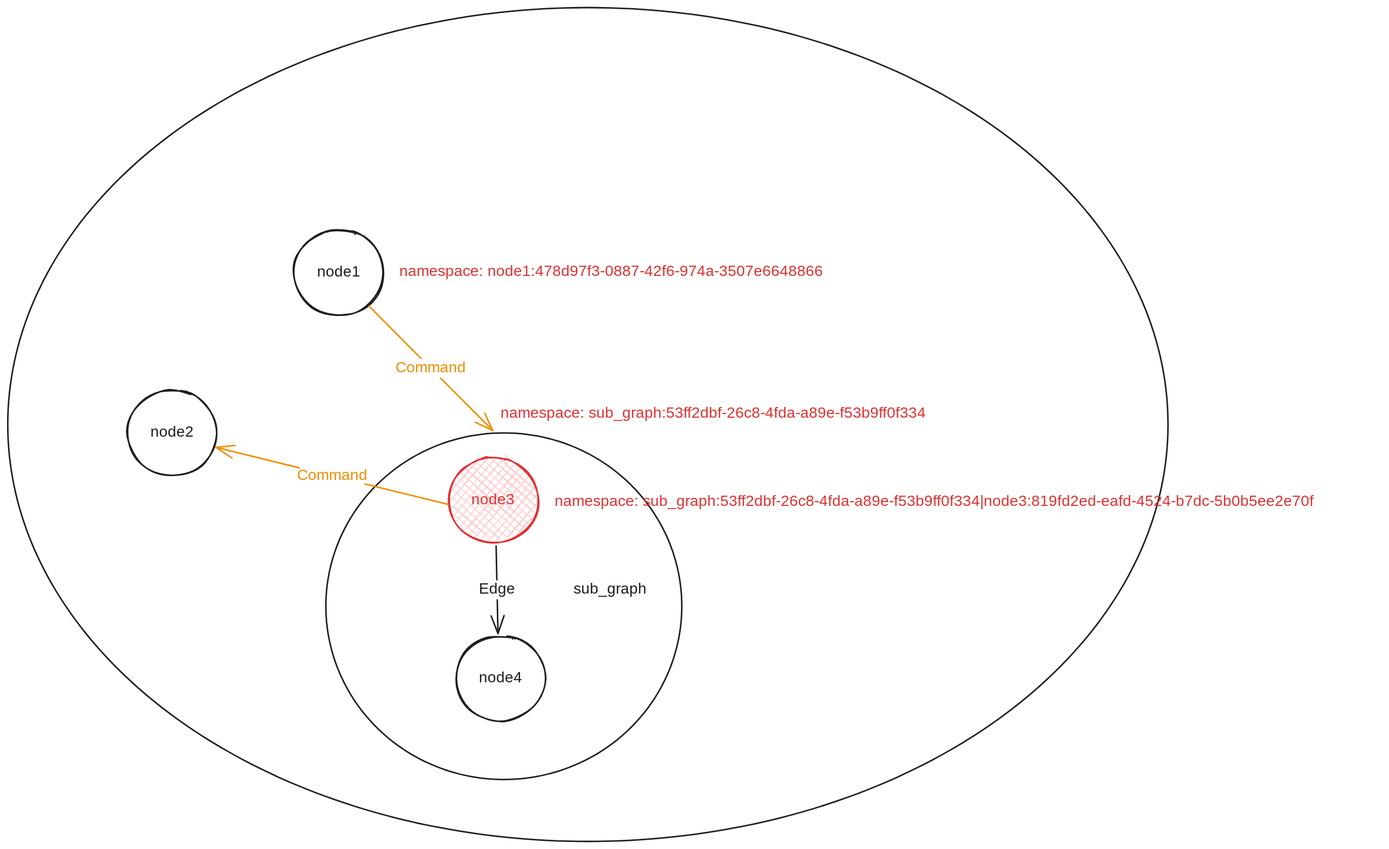
Before: source/_posts/LangGraphDynamicRoute2/sub_graph_loop_1.svg, a diagram exported from Excalidraw (theo1893/theo1893.github.io). Source tidied: one line per element, renumbered; positions are measured from the earlier drawing's top-left corner, leaving out a move shared by most shapes. Source of this version:
```json
{"id": 0, "type": "ellipse", "strokeColor": "#1e1e1e", "strokeWidth": 2, "roughness": 1, "round": true, "x": 378, "y": 293, "width": 118, "height": 113}
{"id": 1, "type": "text", "text": "node1", "strokeColor": "#1e1e1e", "backgroundColor": "#d0bfff", "fillStyle": "solid", "strokeWidth": 2, "roughness": 1, "fontSize": 20, "fontFamily": 5, "textAlign": "center", "verticalAlign": "middle", "inside": 0, "x": 410, "y": 337, "width": 54, "height": 25}
{"id": 2, "type": "ellipse", "strokeColor": "#1e1e1e", "strokeWidth": 2, "roughness": 1, "round": true, "x": 158, "y": 505, "width": 118, "height": 113}
{"id": 3, "type": "text", "text": "node2", "strokeColor": "#1e1e1e", "backgroundColor": "#d0bfff", "fillStyle": "solid", "strokeWidth": 2, "roughness": 1, "fontSize": 20, "fontFamily": 5, "textAlign": "center", "verticalAlign": "middle", "inside": 2, "x": 187, "y": 549, "width": 59, "height": 25}
{"id": 4, "type": "ellipse", "strokeColor": "#e03131", "backgroundColor": "#ffc9c9", "fillStyle": "cross-hatch", "strokeWidth": 2, "roughness": 1, "round": true, "x": 582, "y": 594, "width": 118, "height": 113}
{"id": 5, "type": "text", "text": "node3", "strokeColor": "#e03131", "backgroundColor": "#d0bfff", "fillStyle": "solid", "strokeWidth": 2, "roughness": 1, "fontSize": 20, "fontFamily": 5, "textAlign": "center", "verticalAlign": "middle", "inside": 4, "x": 612, "y": 638, "width": 58, "height": 25}
{"id": 6, "type": "ellipse", "strokeColor": "#1e1e1e", "strokeWidth": 2, "roughness": 1, "round": true, "x": 591, "y": 829, "width": 118, "height": 113}
{"id": 7, "type": "text", "text": "node4", "strokeColor": "#1e1e1e", "backgroundColor": "#d0bfff", "fillStyle": "solid", "strokeWidth": 2, "roughness": 1, "fontSize": 20, "fontFamily": 5, "textAlign": "center", "verticalAlign": "middle", "inside": 6, "x": 622, "y": 874, "width": 57, "height": 25}
{"id": 8, "type": "ellipse", "strokeColor": "#1e1e1e", "strokeWidth": 2, "roughness": 0, "round": true, "x": 420, "y": 562, "width": 470, "height": 458}
{"id": 9, "type": "arrow", "strokeColor": "#1e1e1e", "strokeWidth": 2, "roughness": 0, "endArrowhead": "arrow", "round": true, "from": 4, "to": 6, "x": 645, "y": 711, "width": 2, "height": 115, "points": [[0, 0], [2, 115]]}
{"id": 10, "type": "text", "text": "Edge", "strokeColor": "#1e1e1e", "strokeWidth": 2, "roughness": 0, "fontSize": 20, "fontFamily": 5, "textAlign": "center", "verticalAlign": "middle", "inside": 9, "x": 600, "y": 707, "width": 48, "height": 25}
{"id": 11, "type": "arrow", "strokeColor": "#f08c00", "strokeWidth": 2, "roughness": 0, "endArrowhead": "arrow", "round": true, "from": 0, "to": 8, "x": 477, "y": 394, "width": 163, "height": 164, "points": [[0, 0], [163, 164]]}
{"id": 12, "type": "text", "text": "Command", "strokeColor": "#f08c00", "strokeWidth": 2, "roughness": 0, "fontSize": 20, "fontFamily": 5, "textAlign": "center", "verticalAlign": "middle", "inside": 11, "x": 517, "y": 488, "width": 85, "height": 25}
{"id": 13, "type": "text", "text": "sub_graph", "strokeColor": "#1e1e1e", "strokeWidth": 2, "roughness": 0, "fontSize": 20, "fontFamily": 5, "x": 747, "y": 756, "width": 98, "height": 25}
{"id": 14, "type": "arrow", "strokeColor": "#f08c00", "strokeWidth": 2, "roughness": 0, "endArrowhead": "arrow", "round": true, "from": 4, "to": 2, "x": 581, "y": 656, "width": 306, "height": 75, "points": [[0, 0], [-306, -75]]}
{"id": 15, "type": "text", "text": "Command", "strokeColor": "#f08c00", "strokeWidth": 2, "roughness": 0, "fontSize": 20, "fontFamily": 5, "textAlign": "center", "verticalAlign": "middle", "inside": 14, "x": 326, "y": 642, "width": 85, "height": 25}
{"id": 16, "type": "ellipse", "strokeColor": "#1e1e1e", "strokeWidth": 2, "roughness": 0, "round": true, "x": 0, "y": 0, "width": 1532, "height": 1101}
{"id": 17, "type": "text", "text": "namespace: node1:478d97f3-0887-42f6-974a-3507e6648866", "strokeColor": "#e03131", "backgroundColor": "#ffc9c9", "fillStyle": "cross-hatch", "strokeWidth": 2, "roughness": 0, "fontSize": 20, "fontFamily": 5, "x": 517, "y": 337, "width": 592, "height": 25}
{"id": 18, "type": "text", "text": "namespace: sub_graph:53ff2dbf-26c8-4fda-a89e-f53b9ff0f334", "strokeColor": "#e03131", "strokeWidth": 2, "roughness": 0, "fontSize": 20, "fontFamily": 5, "x": 650, "y": 524, "width": 617, "height": 25}
{"id": 19, "type": "text", "text": "namespace: sub_graph:53ff2dbf-26c8-4fda-a89e-f53b9ff0f334|node3:819fd2ed-eafd-4524-b7dc-5b0b5ee2e70f", "strokeColor": "#e03131", "backgroundColor": "#ffc9c9", "fillStyle": "cross-hatch", "strokeWidth": 2, "roughness": 0, "fontSize": 20, "fontFamily": 5, "x": 722, "y": 640, "width": 1091, "height": 25}
```
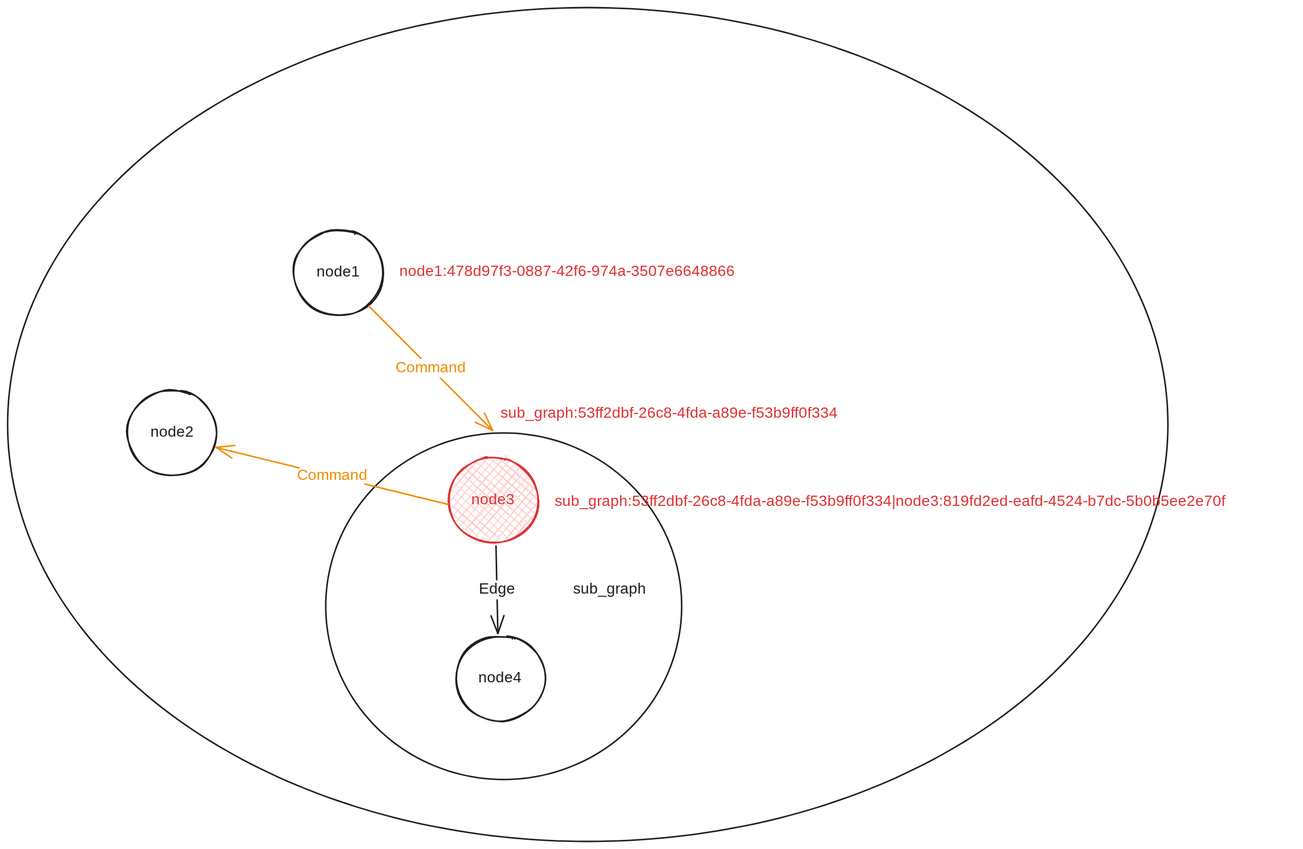
Later version of the same file.

What changed in the source:
```diff
@@ -15,6 +15,6 @@
 {"id": 14, "type": "arrow", "strokeColor": "#f08c00", "strokeWidth": 2, "roughness": 0, "endArrowhead": "arrow", "round": true, "from": 4, "to": 2, "x": 581, "y": 656, "width": 306, "height": 75, "points": [[0, 0], [-306, -75]]}
 {"id": 15, "type": "text", "text": "Command", "strokeColor": "#f08c00", "strokeWidth": 2, "roughness": 0, "fontSize": 20, "fontFamily": 5, "textAlign": "center", "verticalAlign": "middle", "inside": 14, "x": 326, "y": 642, "width": 85, "height": 25}
 {"id": 16, "type": "ellipse", "strokeColor": "#1e1e1e", "strokeWidth": 2, "roughness": 0, "round": true, "x": 0, "y": 0, "width": 1532, "height": 1101}
-{"id": 17, "type": "text", "text": "namespace: node1:478d97f3-0887-42f6-974a-3507e6648866", "strokeColor": "#e03131", "backgroundColor": "#ffc9c9", "fillStyle": "cross-hatch", "strokeWidth": 2, "roughness": 0, "fontSize": 20, "fontFamily": 5, "x": 517, "y": 337, "width": 592, "height": 25}
+{"id": 17, "type": "text", "text": "node1:478d97f3-0887-42f6-974a-3507e6648866", "strokeColor": "#e03131", "backgroundColor": "#ffc9c9", "fillStyle": "cross-hatch", "strokeWidth": 2, "roughness": 0, "fontSize": 20, "fontFamily": 5, "x": 517, "y": 337, "width": 479, "height": 25}
-{"id": 18, "type": "text", "text": "namespace: sub_graph:53ff2dbf-26c8-4fda-a89e-f53b9ff0f334", "strokeColor": "#e03131", "strokeWidth": 2, "roughness": 0, "fontSize": 20, "fontFamily": 5, "x": 650, "y": 524, "width": 617, "height": 25}
+{"id": 18, "type": "text", "text": "sub_graph:53ff2dbf-26c8-4fda-a89e-f53b9ff0f334", "strokeColor": "#e03131", "strokeWidth": 2, "roughness": 0, "fontSize": 20, "fontFamily": 5, "x": 650, "y": 524, "width": 504, "height": 25}
-{"id": 19, "type": "text", "text": "namespace: sub_graph:53ff2dbf-26c8-4fda-a89e-f53b9ff0f334|node3:819fd2ed-eafd-4524-b7dc-5b0b5ee2e70f", "strokeColor": "#e03131", "backgroundColor": "#ffc9c9", "fillStyle": "cross-hatch", "strokeWidth": 2, "roughness": 0, "fontSize": 20, "fontFamily": 5, "x": 722, "y": 640, "width": 1091, "height": 25}
+{"id": 19, "type": "text", "text": "sub_graph:53ff2dbf-26c8-4fda-a89e-f53b9ff0f334|node3:819fd2ed-eafd-4524-b7dc-5b0b5ee2e70f", "strokeColor": "#e03131", "backgroundColor": "#ffc9c9", "fillStyle": "cross-hatch", "strokeWidth": 2, "roughness": 0, "fontSize": 20, "fontFamily": 5, "x": 722, "y": 640, "width": 978, "height": 25}
```
